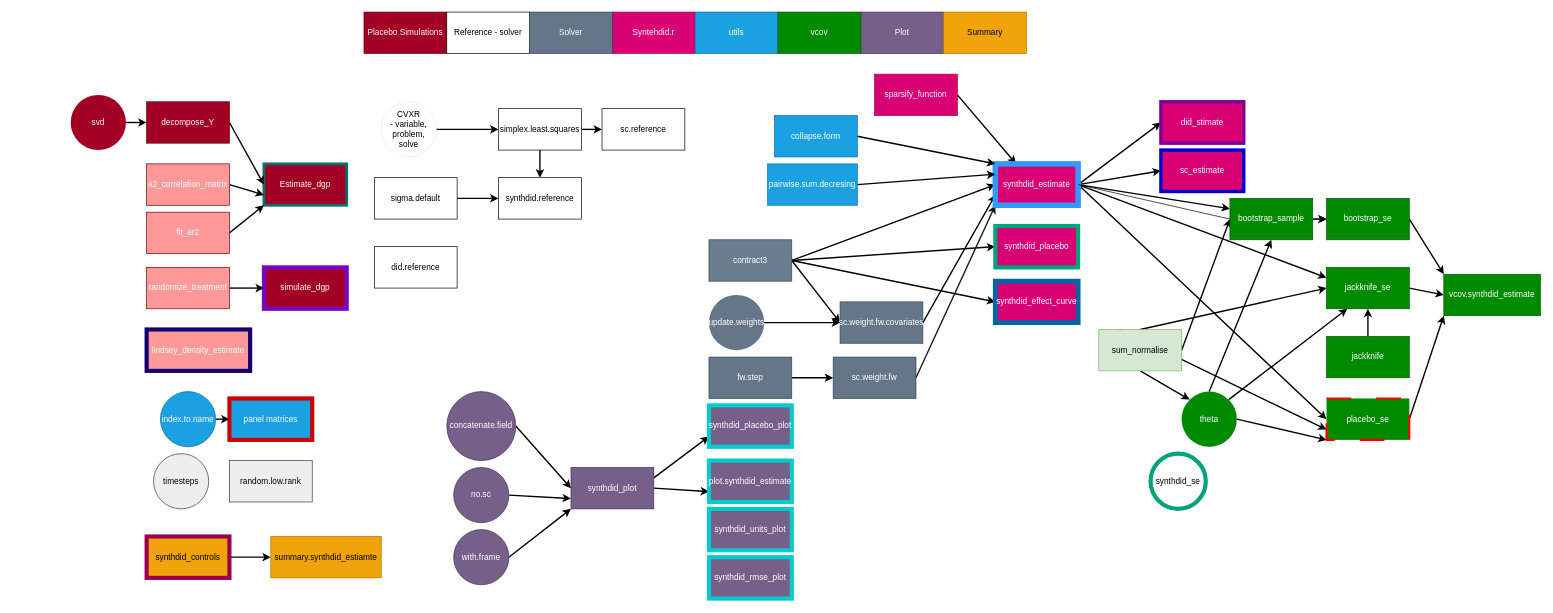
Earlier version of the draw.io diagram map.drawio (d2cml-ai/synthdid). Source tidied: cells renumbered, new cells numbered last; positions are measured from the earlier drawing's top-left corner, leaving out a move shared by most shapes. Both pictures are drawn from the tidied source at 69%, with x=0, y=0 at pixel (70, 12).
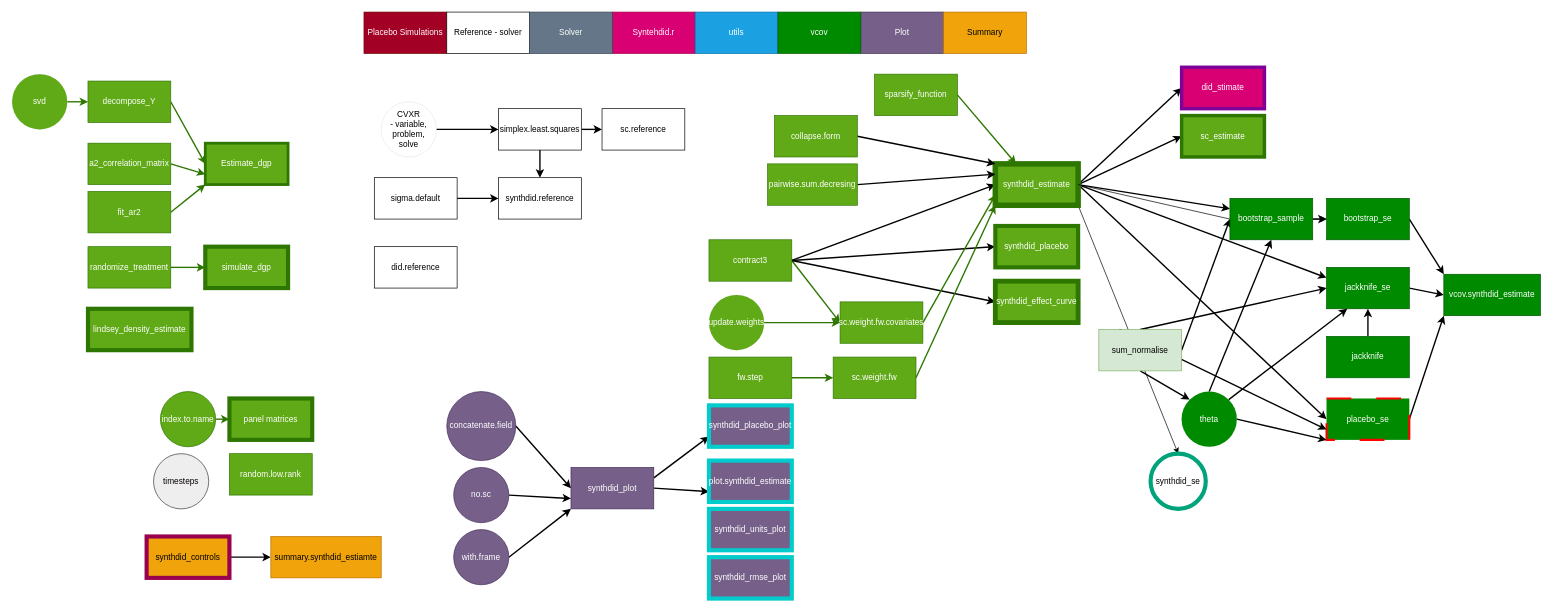
After the change.

Unchanged cells that the change refers to:
```xml
<mxCell id="105" value="synthdid_se" style="ellipse;whiteSpace=wrap;html=1;strokeColor=#00a37a;strokeWidth=6;" parent="1" vertex="1">
  <mxGeometry x="1565" y="640" width="80" height="80" as="geometry" />
</mxCell>
```

What changed in the source:
```diff
@@
-    <mxCell id="9" value="Estimate_dgp" style="whiteSpace=wrap;html=1;fillColor=#a20025;fontColor=#ffffff;strokeColor=#007069;strokeWidth=4;" parent="1" vertex="1">
-      <mxGeometry x="280" y="220" width="120" height="60" as="geometry" />
+    <mxCell id="9" value="Estimate_dgp" style="whiteSpace=wrap;html=1;fillColor=#60a917;fontColor=#ffffff;strokeColor=#2D7600;strokeWidth=4;" parent="1" vertex="1">
+      <mxGeometry x="195" y="190" width="120" height="60" as="geometry" />
     </mxCell>
-    <mxCell id="10" value="simulate_dgp" style="whiteSpace=wrap;html=1;fillColor=#a20025;fontColor=#ffffff;strokeColor=#7a00cc;strokeWidth=6;" parent="1" vertex="1">
-      <mxGeometry x="280" y="370" width="120" height="60" as="geometry" />
+    <mxCell id="10" value="simulate_dgp" style="whiteSpace=wrap;html=1;fillColor=#60a917;fontColor=#ffffff;strokeColor=#2D7600;strokeWidth=6;" parent="1" vertex="1">
+      <mxGeometry x="195" y="340" width="120" height="60" as="geometry" />
     </mxCell>
-    <mxCell id="11" style="edgeStyle=none;html=1;exitX=1;exitY=0.5;exitDx=0;exitDy=0;entryX=0;entryY=0.5;entryDx=0;entryDy=0;strokeColor=#000000;strokeWidth=2;fontColor=#000000;" parent="1" edge="1" source="12" target="10">
+    <mxCell id="11" style="edgeStyle=none;html=1;exitX=1;exitY=0.5;exitDx=0;exitDy=0;entryX=0;entryY=0.5;entryDx=0;entryDy=0;strokeColor=#2D7600;strokeWidth=2;fontColor=#000000;fillColor=#60a917;" parent="1" edge="1" source="12" target="10">
       <mxGeometry relative="1" as="geometry" />
     </mxCell>
-    <mxCell id="12" value="randomize_treatment" style="whiteSpace=wrap;html=1;fillColor=#FF9999;fontColor=#ffffff;strokeColor=#6F0000;" parent="1" vertex="1">
-      <mxGeometry x="110" y="370" width="120" height="60" as="geometry" />
+    <mxCell id="12" value="randomize_treatment" style="whiteSpace=wrap;html=1;fillColor=#60a917;fontColor=#ffffff;strokeColor=#2D7600;" parent="1" vertex="1">
+      <mxGeometry x="25" y="340" width="120" height="60" as="geometry" />
     </mxCell>
-    <mxCell id="13" style="edgeStyle=none;html=1;exitX=1;exitY=0.5;exitDx=0;exitDy=0;entryX=0;entryY=0.5;entryDx=0;entryDy=0;strokeColor=#000000;strokeWidth=2;fontColor=#000000;" parent="1" edge="1" source="14" target="9">
+    <mxCell id="13" style="edgeStyle=none;html=1;exitX=1;exitY=0.5;exitDx=0;exitDy=0;entryX=0;entryY=0.5;entryDx=0;entryDy=0;strokeColor=#2D7600;strokeWidth=2;fontColor=#000000;fillColor=#60a917;" parent="1" edge="1" source="14" target="9">
       <mxGeometry relative="1" as="geometry" />
     </mxCell>
-    <mxCell id="14" value="decompose_Y" style="whiteSpace=wrap;html=1;fillColor=#a20025;fontColor=#ffffff;strokeColor=#6F0000;" parent="1" vertex="1">
-      <mxGeometry x="110" y="130" width="120" height="60" as="geometry" />
+    <mxCell id="14" value="decompose_Y" style="whiteSpace=wrap;html=1;fillColor=#60a917;fontColor=#ffffff;strokeColor=#2D7600;" parent="1" vertex="1">
+      <mxGeometry x="25" y="100" width="120" height="60" as="geometry" />
     </mxCell>
-    <mxCell id="15" style="edgeStyle=none;html=1;exitX=1;exitY=0.5;exitDx=0;exitDy=0;entryX=0;entryY=1;entryDx=0;entryDy=0;strokeColor=#000000;strokeWidth=2;fontColor=#000000;" parent="1" edge="1" source="16" target="9">
+    <mxCell id="15" style="edgeStyle=none;html=1;exitX=1;exitY=0.5;exitDx=0;exitDy=0;entryX=0;entryY=1;entryDx=0;entryDy=0;strokeColor=#2D7600;strokeWidth=2;fontColor=#000000;fillColor=#60a917;" parent="1" edge="1" source="16" target="9">
       <mxGeometry relative="1" as="geometry" />
     </mxCell>
-    <mxCell id="16" value="fit_ar2" style="whiteSpace=wrap;html=1;fillColor=#FF9999;fontColor=#ffffff;strokeColor=#6F0000;" parent="1" vertex="1">
-      <mxGeometry x="110" y="290" width="120" height="60" as="geometry" />
+    <mxCell id="16" value="fit_ar2" style="whiteSpace=wrap;html=1;fillColor=#60a917;fontColor=#ffffff;strokeColor=#2D7600;" parent="1" vertex="1">
+      <mxGeometry x="25" y="260" width="120" height="60" as="geometry" />
     </mxCell>
-    <mxCell id="17" style="edgeStyle=none;html=1;exitX=1;exitY=0.5;exitDx=0;exitDy=0;entryX=0;entryY=0.75;entryDx=0;entryDy=0;strokeColor=#000000;strokeWidth=2;fontColor=#000000;" parent="1" edge="1" source="18" target="9">
+    <mxCell id="17" style="edgeStyle=none;html=1;exitX=1;exitY=0.5;exitDx=0;exitDy=0;entryX=0;entryY=0.75;entryDx=0;entryDy=0;strokeColor=#2D7600;strokeWidth=2;fontColor=#000000;fillColor=#60a917;" parent="1" edge="1" source="18" target="9">
       <mxGeometry relative="1" as="geometry" />
     </mxCell>
-    <mxCell id="18" value="a2_correlation_matrix" style="whiteSpace=wrap;html=1;fillColor=#FF9999;fontColor=#ffffff;strokeColor=#6F0000;" parent="1" vertex="1">
-      <mxGeometry x="110" y="220" width="120" height="60" as="geometry" />
+    <mxCell id="18" value="a2_correlation_matrix" style="whiteSpace=wrap;html=1;fillColor=#60a917;fontColor=#ffffff;strokeColor=#2D7600;" parent="1" vertex="1">
+      <mxGeometry x="25" y="190" width="120" height="60" as="geometry" />
     </mxCell>
-    <mxCell id="19" value="lindsey_density_estimate" style="whiteSpace=wrap;html=1;fillColor=#FF9999;fontColor=#ffffff;strokeColor=#130070;strokeWidth=6;" parent="1" vertex="1">
-      <mxGeometry x="110" y="460" width="150" height="60" as="geometry" />
+    <mxCell id="19" value="lindsey_density_estimate" style="whiteSpace=wrap;html=1;fillColor=#60a917;fontColor=#ffffff;strokeColor=#2D7600;strokeWidth=6;" parent="1" vertex="1">
+      <mxGeometry x="25" y="430" width="150" height="60" as="geometry" />
     </mxCell>
@@
-    <mxCell id="40" style="edgeStyle=none;html=1;exitX=1;exitY=0.5;exitDx=0;exitDy=0;entryX=0;entryY=0.5;entryDx=0;entryDy=0;strokeColor=#000000;strokeWidth=2;fontColor=#000000;" parent="1" edge="1" source="44" target="50">
+    <mxCell id="40" style="edgeStyle=none;html=1;exitX=1;exitY=0.5;exitDx=0;exitDy=0;entryX=0;entryY=0.5;entryDx=0;entryDy=0;strokeColor=#2D7600;strokeWidth=2;fontColor=#000000;fillColor=#60a917;" parent="1" edge="1" source="44" target="50">
       <mxGeometry relative="1" as="geometry" />
     </mxCell>
@@
-    <mxCell id="44" value="contract3" style="whiteSpace=wrap;html=1;fillColor=#6a7e90;fontColor=#ffffff;strokeColor=#314354;gradientColor=none;" parent="1" vertex="1">
+    <mxCell id="44" value="contract3" style="whiteSpace=wrap;html=1;fillColor=#60a917;fontColor=#ffffff;strokeColor=#2D7600;" parent="1" vertex="1">
       <mxGeometry x="925" y="330" width="120" height="60" as="geometry" />
     </mxCell>
-    <mxCell id="45" style="edgeStyle=none;html=1;exitX=1;exitY=0.5;exitDx=0;exitDy=0;entryX=0;entryY=0.5;entryDx=0;entryDy=0;strokeColor=#000000;strokeWidth=2;fontColor=#000000;" parent="1" edge="1" source="46" target="48">
+    <mxCell id="45" style="edgeStyle=none;html=1;exitX=1;exitY=0.5;exitDx=0;exitDy=0;entryX=0;entryY=0.5;entryDx=0;entryDy=0;strokeColor=#2D7600;strokeWidth=2;fontColor=#000000;fillColor=#60a917;" parent="1" edge="1" source="46" target="48">
       <mxGeometry relative="1" as="geometry" />
     </mxCell>
-    <mxCell id="46" value="fw.step" style="whiteSpace=wrap;html=1;fillColor=#647687;fontColor=#ffffff;strokeColor=#314354;" parent="1" vertex="1">
+    <mxCell id="46" value="fw.step" style="whiteSpace=wrap;html=1;fillColor=#60a917;fontColor=#ffffff;strokeColor=#2D7600;" parent="1" vertex="1">
       <mxGeometry x="925" y="500" width="120" height="60" as="geometry" />
     </mxCell>
-    <mxCell id="47" style="edgeStyle=none;html=1;exitX=1;exitY=0.5;exitDx=0;exitDy=0;entryX=0;entryY=1;entryDx=0;entryDy=0;fontColor=#090101;strokeColor=#1c1717;strokeWidth=2;" parent="1" edge="1" source="48" target="62">
+    <mxCell id="47" style="edgeStyle=none;html=1;exitX=1;exitY=0.5;exitDx=0;exitDy=0;entryX=0;entryY=1;entryDx=0;entryDy=0;fontColor=#090101;strokeColor=#2D7600;strokeWidth=2;fillColor=#60a917;" parent="1" edge="1" source="48" target="62">
       <mxGeometry relative="1" as="geometry" />
     </mxCell>
-    <mxCell id="48" value="sc.weight.fw" style="whiteSpace=wrap;html=1;fillColor=#647687;fontColor=#ffffff;strokeColor=#314354;" parent="1" vertex="1">
+    <mxCell id="48" value="sc.weight.fw" style="whiteSpace=wrap;html=1;fillColor=#60a917;fontColor=#ffffff;strokeColor=#2D7600;" parent="1" vertex="1">
       <mxGeometry x="1105" y="500" width="120" height="60" as="geometry" />
     </mxCell>
-    <mxCell id="49" style="edgeStyle=none;html=1;exitX=1;exitY=0.5;exitDx=0;exitDy=0;entryX=0;entryY=0.75;entryDx=0;entryDy=0;strokeColor=#000000;strokeWidth=2;fontColor=#000000;" parent="1" edge="1" source="50" target="62">
+    <mxCell id="49" style="edgeStyle=none;html=1;exitX=1;exitY=0.5;exitDx=0;exitDy=0;entryX=0;entryY=0.75;entryDx=0;entryDy=0;strokeColor=#2D7600;strokeWidth=2;fontColor=#000000;fillColor=#60a917;" parent="1" edge="1" source="50" target="62">
       <mxGeometry relative="1" as="geometry" />
     </mxCell>
-    <mxCell id="50" value="sc.weight.fw.covariates" style="whiteSpace=wrap;html=1;fillColor=#647687;fontColor=#ffffff;strokeColor=#314354;" parent="1" vertex="1">
+    <mxCell id="50" value="sc.weight.fw.covariates" style="whiteSpace=wrap;html=1;fillColor=#60a917;fontColor=#ffffff;strokeColor=#2D7600;" parent="1" vertex="1">
       <mxGeometry x="1115" y="420" width="120" height="60" as="geometry" />
     </mxCell>
@@
-    <mxCell id="54" style="edgeStyle=none;html=1;exitX=1;exitY=0.5;exitDx=0;exitDy=0;entryX=0.25;entryY=0;entryDx=0;entryDy=0;strokeColor=#000000;strokeWidth=2;fontColor=#090101;" parent="1" edge="1" source="55" target="62">
+    <mxCell id="54" style="edgeStyle=none;html=1;exitX=1;exitY=0.5;exitDx=0;exitDy=0;entryX=0.25;entryY=0;entryDx=0;entryDy=0;strokeColor=#2D7600;strokeWidth=2;fontColor=#090101;fillColor=#60a917;" parent="1" edge="1" source="55" target="62">
       <mxGeometry relative="1" as="geometry" />
     </mxCell>
-    <mxCell id="55" value="sparsify_function" style="whiteSpace=wrap;html=1;fillColor=#d80073;fontColor=#ffffff;strokeColor=#A50040;" parent="1" vertex="1">
+    <mxCell id="55" value="sparsify_function" style="whiteSpace=wrap;html=1;fillColor=#60a917;fontColor=#ffffff;strokeColor=#2D7600;" parent="1" vertex="1">
       <mxGeometry x="1165" y="90" width="120" height="60" as="geometry" />
     </mxCell>
@@
+    <mxCell id="106" style="edgeStyle=none;html=1;exitX=1;exitY=1;exitDx=0;exitDy=0;entryX=0.5;entryY=0;entryDx=0;entryDy=0;" parent="1" edge="1" source="62" target="105">
+      <mxGeometry relative="1" as="geometry" />
+    </mxCell>
-    <mxCell id="62" value="synthdid_estimate" style="whiteSpace=wrap;html=1;fillColor=#d80073;fontColor=#ffffff;strokeColor=#3399FF;strokeWidth=8;" parent="1" vertex="1">
+    <mxCell id="62" value="synthdid_estimate" style="whiteSpace=wrap;html=1;fillColor=#60a917;fontColor=#ffffff;strokeColor=#2D7600;strokeWidth=8;" parent="1" vertex="1">
       <mxGeometry x="1340" y="220" width="120" height="60" as="geometry" />
     </mxCell>
-    <mxCell id="63" value="sc_estimate" style="whiteSpace=wrap;html=1;fillColor=#d80073;fontColor=#ffffff;strokeColor=#0000CC;strokeWidth=5;" parent="1" vertex="1">
-      <mxGeometry x="1580" y="200" width="120" height="60" as="geometry" />
+    <mxCell id="63" value="sc_estimate" style="whiteSpace=wrap;html=1;fillColor=#60a917;fontColor=#ffffff;strokeColor=#2D7600;strokeWidth=5;" parent="1" vertex="1">
+      <mxGeometry x="1610" y="150" width="120" height="60" as="geometry" />
     </mxCell>
     <mxCell id="64" value="did_stimate" style="whiteSpace=wrap;html=1;fillColor=#d80073;fontColor=#ffffff;strokeColor=#7f0099;strokeWidth=5;" parent="1" vertex="1">
-      <mxGeometry x="1580" y="130" width="120" height="60" as="geometry" />
+      <mxGeometry x="1610" y="80" width="120" height="60" as="geometry" />
     </mxCell>
-    <mxCell id="65" value="synthdid_placebo" style="whiteSpace=wrap;html=1;fillColor=#d80073;fontColor=#ffffff;strokeColor=#00a37a;strokeWidth=6;" parent="1" vertex="1">
+    <mxCell id="65" value="synthdid_placebo" style="whiteSpace=wrap;html=1;fillColor=#60a917;fontColor=#ffffff;strokeColor=#2D7600;strokeWidth=6;" parent="1" vertex="1">
       <mxGeometry x="1340" y="310" width="120" height="60" as="geometry" />
     </mxCell>
-    <mxCell id="66" value="synthdid_effect_curve" style="whiteSpace=wrap;html=1;fillColor=#d80073;fontColor=#ffffff;strokeColor=#0065A3;strokeWidth=7;" parent="1" vertex="1">
+    <mxCell id="66" value="synthdid_effect_curve" style="whiteSpace=wrap;html=1;fillColor=#60a917;fontColor=#ffffff;strokeColor=#2D7600;strokeWidth=7;" parent="1" vertex="1">
       <mxGeometry x="1340" y="390" width="120" height="60" as="geometry" />
     </mxCell>
@@
-    <mxCell id="68" value="collapse.form" style="whiteSpace=wrap;html=1;fillColor=#1ba1e2;fontColor=#ffffff;strokeColor=#006EAF;" parent="1" vertex="1">
+    <mxCell id="68" value="collapse.form" style="whiteSpace=wrap;html=1;fillColor=#60a917;fontColor=#ffffff;strokeColor=#2D7600;" parent="1" vertex="1">
       <mxGeometry x="1020" y="150" width="120" height="60" as="geometry" />
     </mxCell>
@@
-    <mxCell id="70" value="pairwise.sum.decresing" style="whiteSpace=wrap;html=1;fillColor=#1ba1e2;fontColor=#ffffff;strokeColor=#006EAF;" parent="1" vertex="1">
+    <mxCell id="70" value="pairwise.sum.decresing" style="whiteSpace=wrap;html=1;fillColor=#60a917;fontColor=#ffffff;strokeColor=#2D7600;" parent="1" vertex="1">
       <mxGeometry x="1010" y="220" width="130" height="60" as="geometry" />
     </mxCell>
-    <mxCell id="71" value="panel matrices" style="whiteSpace=wrap;html=1;fillColor=#1ba1e2;fontColor=#ffffff;strokeColor=#CC0000;strokeWidth=6;" parent="1" vertex="1">
+    <mxCell id="71" value="panel matrices" style="whiteSpace=wrap;html=1;fillColor=#60a917;fontColor=#ffffff;strokeColor=#2D7600;strokeWidth=6;" parent="1" vertex="1">
       <mxGeometry x="230" y="560" width="120" height="60" as="geometry" />
     </mxCell>
-    <mxCell id="72" style="edgeStyle=none;html=1;exitX=1;exitY=0.5;exitDx=0;exitDy=0;entryX=0;entryY=0.5;entryDx=0;entryDy=0;strokeColor=#000000;strokeWidth=2;fontColor=#000000;" parent="1" edge="1" source="73" target="71">
+    <mxCell id="72" style="edgeStyle=none;html=1;exitX=1;exitY=0.5;exitDx=0;exitDy=0;entryX=0;entryY=0.5;entryDx=0;entryDy=0;strokeColor=#2D7600;strokeWidth=2;fontColor=#000000;fillColor=#60a917;" parent="1" edge="1" source="73" target="71">
       <mxGeometry relative="1" as="geometry" />
     </mxCell>
-    <mxCell id="73" value="index.to.name" style="ellipse;whiteSpace=wrap;html=1;fillColor=#1ba1e2;fontColor=#ffffff;strokeColor=#006EAF;" parent="1" vertex="1">
+    <mxCell id="73" value="index.to.name" style="ellipse;whiteSpace=wrap;html=1;fillColor=#60a917;fontColor=#ffffff;strokeColor=#2D7600;" parent="1" vertex="1">
       <mxGeometry x="130" y="550" width="80" height="80" as="geometry" />
     </mxCell>
@@
-    <mxCell id="75" value="random.low.rank" style="whiteSpace=wrap;html=1;fillColor=#eeeeee;strokeColor=#36393d;fontColor=#090101;" parent="1" vertex="1">
-      <mxGeometry x="230" y="650" width="120" height="60" as="geometry" />
+    <mxCell id="75" value="random.low.rank" style="whiteSpace=wrap;html=1;fillColor=#60a917;strokeColor=#2D7600;fontColor=#ffffff;" parent="1" vertex="1">
+      <mxGeometry x="230" y="640" width="120" height="60" as="geometry" />
     </mxCell>
@@
-    <mxCell id="95" style="edgeStyle=none;html=1;exitX=1;exitY=0.5;exitDx=0;exitDy=0;entryX=0;entryY=0.5;entryDx=0;entryDy=0;strokeColor=#000000;strokeWidth=2;fontColor=#000000;" parent="1" edge="1" source="96" target="14">
+    <mxCell id="95" style="edgeStyle=none;html=1;exitX=1;exitY=0.5;exitDx=0;exitDy=0;entryX=0;entryY=0.5;entryDx=0;entryDy=0;strokeColor=#2D7600;strokeWidth=2;fontColor=#000000;fillColor=#60a917;" parent="1" edge="1" source="96" target="14">
       <mxGeometry relative="1" as="geometry" />
     </mxCell>
-    <mxCell id="96" value="svd" style="ellipse;whiteSpace=wrap;html=1;strokeWidth=0;fontColor=#ffffff;fillColor=#a20025;strokeColor=#6F0000;" parent="1" vertex="1">
-      <mxGeometry y="120" width="80" height="80" as="geometry" />
+    <mxCell id="96" value="svd" style="ellipse;whiteSpace=wrap;html=1;strokeWidth=0;fontColor=#ffffff;fillColor=#60a917;strokeColor=#2D7600;" parent="1" vertex="1">
+      <mxGeometry x="-85" y="90" width="80" height="80" as="geometry" />
     </mxCell>
@@
-    <mxCell id="99" style="edgeStyle=none;html=1;exitX=1;exitY=0.5;exitDx=0;exitDy=0;entryX=0;entryY=0.5;entryDx=0;entryDy=0;strokeColor=#000000;strokeWidth=2;fontColor=#000000;" parent="1" edge="1" source="100" target="50">
+    <mxCell id="99" style="edgeStyle=none;html=1;exitX=1;exitY=0.5;exitDx=0;exitDy=0;entryX=0;entryY=0.5;entryDx=0;entryDy=0;strokeColor=#2D7600;strokeWidth=2;fontColor=#000000;fillColor=#60a917;" parent="1" edge="1" source="100" target="50">
       <mxGeometry relative="1" as="geometry" />
     </mxCell>
-    <mxCell id="100" value="update.weights" style="ellipse;whiteSpace=wrap;html=1;strokeWidth=0;fontColor=#ffffff;fillColor=#647687;strokeColor=#314354;" parent="1" vertex="1">
+    <mxCell id="100" value="update.weights" style="ellipse;whiteSpace=wrap;html=1;strokeWidth=0;fontColor=#ffffff;fillColor=#60a917;strokeColor=#2D7600;" parent="1" vertex="1">
       <mxGeometry x="925" y="410" width="80" height="80" as="geometry" />
     </mxCell>
```
